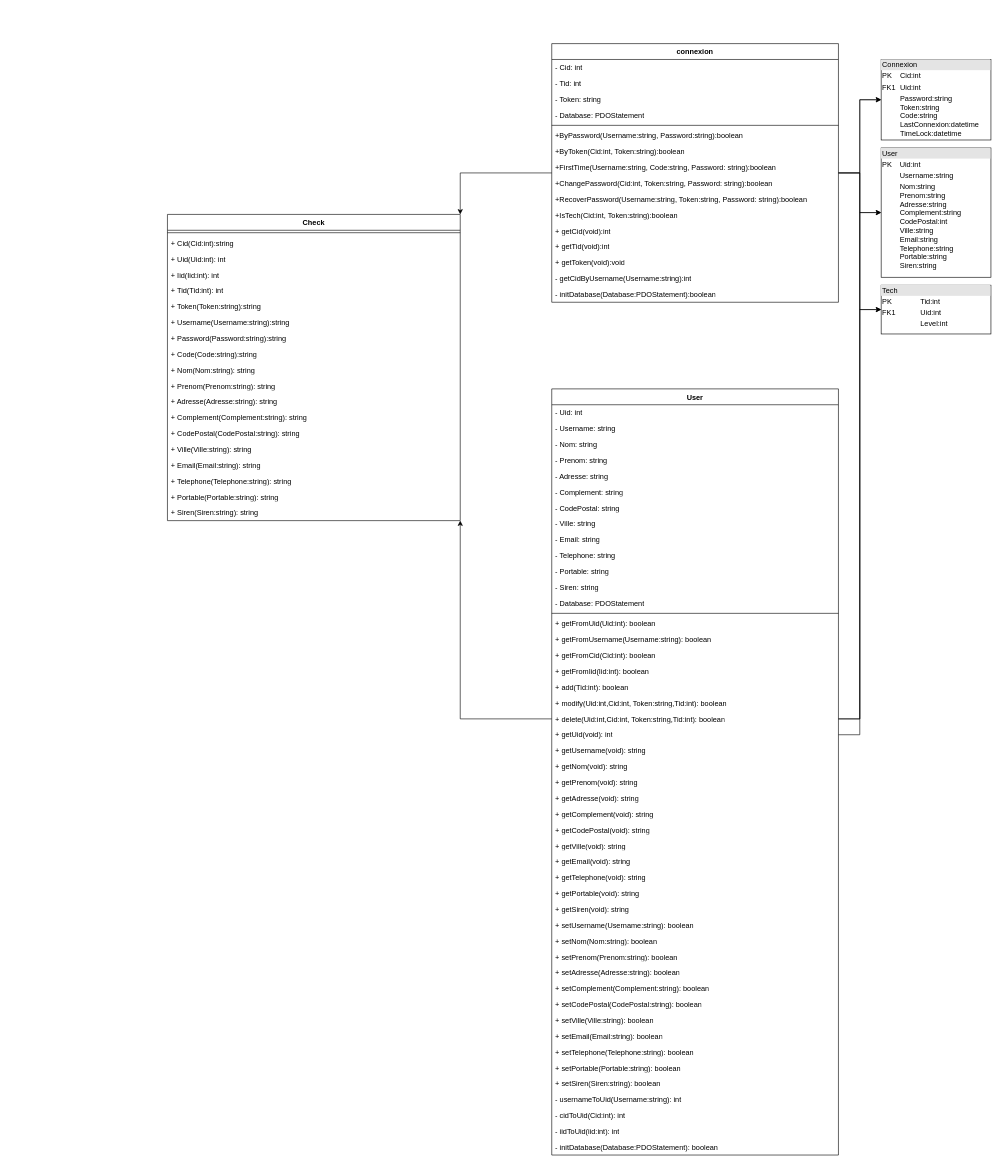
ROYJohan08/RJI-User.royjohan.fr keeps this draw.io diagram as Docs/Diagram/ClassDiagram.drawio. Above is the earlier version. Source tidied: cells renumbered, new cells numbered last; positions are measured from the earlier drawing's top-left corner, leaving out a move shared by most shapes. Both pictures are drawn from the tidied source at 61%, with x=0, y=0 at pixel (167, 43).
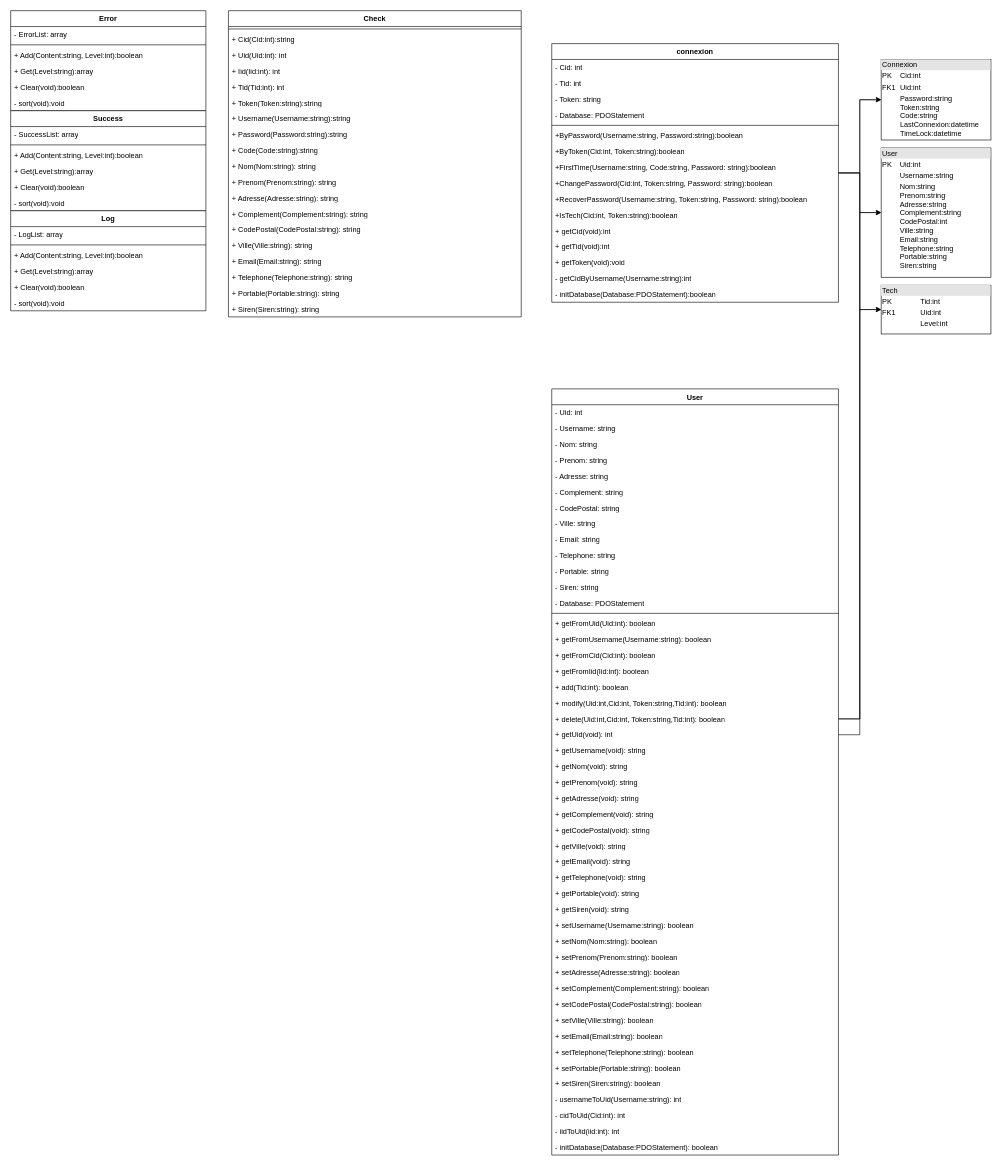
The same page after the edit.

Commit message:
Add Error, Success & Log class

The change refers to these unchanged cells:
```xml
<mxCell id="6" value="connexion" style="swimlane;fontStyle=1;align=center;verticalAlign=top;horizontal=1;startSize=26;whiteSpace=wrap;html=1;" parent="1" vertex="1">
  <mxGeometry x="630" width="470" height="424" as="geometry" />
</mxCell>
<mxCell id="47" value="+ delete(Uid:int,Cid:int, Token:string,Tid:int): boolean" style="text;strokeColor=none;fillColor=none;align=left;verticalAlign=top;spacingLeft=4;spacingRight=4;overflow=hidden;points=[[0,0.5],[1,0.5]];portConstraint=eastwest;whiteSpace=wrap;html=1;" parent="26" vertex="1">
  <mxGeometry y="528" width="470" height="26" as="geometry" />
</mxCell>
```

Diff of the diagram source:
```diff
@@
-    <mxCell id="5" style="edgeStyle=orthogonalEdgeStyle;rounded=0;jettySize=auto;html=1;entryX=1;entryY=0;entryDx=0;entryDy=0;" parent="1" edge="1" source="6" target="75">
-      <mxGeometry relative="1" as="geometry" />
-    </mxCell>
@@
     <mxCell id="75" value="Check" style="swimlane;fontStyle=1;align=center;verticalAlign=top;horizontal=1;startSize=26;whiteSpace=wrap;html=1;" parent="1" vertex="1">
-      <mxGeometry y="280" width="480" height="502" as="geometry" />
+      <mxGeometry x="100" y="-54" width="480" height="502" as="geometry" />
     </mxCell>
@@
-    <mxCell id="95" style="edgeStyle=orthogonalEdgeStyle;rounded=0;jettySize=auto;html=1;entryX=1;entryY=1;entryDx=0;entryDy=0;" parent="1" edge="1" source="47" target="75">
-      <mxGeometry relative="1" as="geometry" />
-    </mxCell>
@@
+    <mxCell id="99" value="Error" style="swimlane;fontStyle=1;align=center;verticalAlign=top;horizontal=1;startSize=26;whiteSpace=wrap;html=1;" parent="1" vertex="1">
+      <mxGeometry x="-257" y="-54" width="320" height="164" as="geometry" />
+    </mxCell>
+    <mxCell id="100" value="- ErrorList: array" style="text;strokeColor=none;fillColor=none;align=left;verticalAlign=top;spacingLeft=4;spacingRight=4;overflow=hidden;whiteSpace=wrap;html=1;" parent="99" vertex="1">
+      <mxGeometry y="26" width="320" height="26" as="geometry" />
+    </mxCell>
+    <mxCell id="101" style="line;strokeWidth=1;fillColor=none;align=left;verticalAlign=middle;spacingTop=-1;spacingLeft=3;spacingRight=3;labelPosition=right;strokeColor=inherit;" parent="99" vertex="1">
+      <mxGeometry y="52" width="320" height="8" as="geometry" />
+    </mxCell>
+    <mxCell id="102" value="&lt;div&gt;+ Add(Content:string, Level:int):boolean&lt;/div&gt;" style="text;strokeColor=none;fillColor=none;align=left;verticalAlign=top;spacingLeft=4;spacingRight=4;overflow=hidden;whiteSpace=wrap;html=1;" parent="99" vertex="1">
+      <mxGeometry y="60" width="320" height="26" as="geometry" />
+    </mxCell>
+    <mxCell id="103" value="&lt;div&gt;+ Get(Level:string):array&lt;/div&gt;" style="text;strokeColor=none;fillColor=none;align=left;verticalAlign=top;spacingLeft=4;spacingRight=4;overflow=hidden;whiteSpace=wrap;html=1;" parent="99" vertex="1">
+      <mxGeometry y="86" width="320" height="26" as="geometry" />
+    </mxCell>
+    <mxCell id="104" value="&lt;div&gt;+ Clear(void):boolean&lt;/div&gt;" style="text;strokeColor=none;fillColor=none;align=left;verticalAlign=top;spacingLeft=4;spacingRight=4;overflow=hidden;whiteSpace=wrap;html=1;" parent="99" vertex="1">
+      <mxGeometry y="112" width="320" height="26" as="geometry" />
+    </mxCell>
+    <mxCell id="105" value="&lt;div&gt;- sort(void):void&lt;/div&gt;" style="text;strokeColor=none;fillColor=none;align=left;verticalAlign=top;spacingLeft=4;spacingRight=4;overflow=hidden;whiteSpace=wrap;html=1;" parent="99" vertex="1">
+      <mxGeometry y="138" width="320" height="26" as="geometry" />
+    </mxCell>
+    <mxCell id="106" value="Success" style="swimlane;fontStyle=1;align=center;verticalAlign=top;horizontal=1;startSize=26;whiteSpace=wrap;html=1;" parent="1" vertex="1">
+      <mxGeometry x="-257" y="110" width="320" height="164" as="geometry" />
+    </mxCell>
+    <mxCell id="107" value="- SuccessList: array" style="text;strokeColor=none;fillColor=none;align=left;verticalAlign=top;spacingLeft=4;spacingRight=4;overflow=hidden;whiteSpace=wrap;html=1;" parent="106" vertex="1">
+      <mxGeometry y="26" width="320" height="26" as="geometry" />
+    </mxCell>
+    <mxCell id="108" style="line;strokeWidth=1;fillColor=none;align=left;verticalAlign=middle;spacingTop=-1;spacingLeft=3;spacingRight=3;labelPosition=right;strokeColor=inherit;" parent="106" vertex="1">
+      <mxGeometry y="52" width="320" height="8" as="geometry" />
+    </mxCell>
+    <mxCell id="109" value="&lt;div&gt;+ Add(Content:string, Level:int):boolean&lt;/div&gt;" style="text;strokeColor=none;fillColor=none;align=left;verticalAlign=top;spacingLeft=4;spacingRight=4;overflow=hidden;whiteSpace=wrap;html=1;" parent="106" vertex="1">
+      <mxGeometry y="60" width="320" height="26" as="geometry" />
+    </mxCell>
+    <mxCell id="110" value="&lt;div&gt;+ Get(Level:string):array&lt;/div&gt;" style="text;strokeColor=none;fillColor=none;align=left;verticalAlign=top;spacingLeft=4;spacingRight=4;overflow=hidden;whiteSpace=wrap;html=1;" parent="106" vertex="1">
+      <mxGeometry y="86" width="320" height="26" as="geometry" />
+    </mxCell>
+    <mxCell id="111" value="&lt;div&gt;+ Clear(void):boolean&lt;/div&gt;" style="text;strokeColor=none;fillColor=none;align=left;verticalAlign=top;spacingLeft=4;spacingRight=4;overflow=hidden;whiteSpace=wrap;html=1;" parent="106" vertex="1">
+      <mxGeometry y="112" width="320" height="26" as="geometry" />
+    </mxCell>
+    <mxCell id="112" value="&lt;div&gt;- sort(void):void&lt;/div&gt;" style="text;strokeColor=none;fillColor=none;align=left;verticalAlign=top;spacingLeft=4;spacingRight=4;overflow=hidden;whiteSpace=wrap;html=1;" parent="106" vertex="1">
+      <mxGeometry y="138" width="320" height="26" as="geometry" />
+    </mxCell>
+    <mxCell id="113" value="Log" style="swimlane;fontStyle=1;align=center;verticalAlign=top;horizontal=1;startSize=26;whiteSpace=wrap;html=1;" parent="1" vertex="1">
+      <mxGeometry x="-257" y="274" width="320" height="164" as="geometry" />
+    </mxCell>
+    <mxCell id="114" value="- LogList: array" style="text;strokeColor=none;fillColor=none;align=left;verticalAlign=top;spacingLeft=4;spacingRight=4;overflow=hidden;whiteSpace=wrap;html=1;" parent="113" vertex="1">
+      <mxGeometry y="26" width="320" height="26" as="geometry" />
+    </mxCell>
+    <mxCell id="115" style="line;strokeWidth=1;fillColor=none;align=left;verticalAlign=middle;spacingTop=-1;spacingLeft=3;spacingRight=3;labelPosition=right;strokeColor=inherit;" parent="113" vertex="1">
+      <mxGeometry y="52" width="320" height="8" as="geometry" />
+    </mxCell>
+    <mxCell id="116" value="&lt;div&gt;+ Add(Content:string, Level:int):boolean&lt;/div&gt;" style="text;strokeColor=none;fillColor=none;align=left;verticalAlign=top;spacingLeft=4;spacingRight=4;overflow=hidden;whiteSpace=wrap;html=1;" parent="113" vertex="1">
+      <mxGeometry y="60" width="320" height="26" as="geometry" />
+    </mxCell>
+    <mxCell id="117" value="&lt;div&gt;+ Get(Level:string):array&lt;/div&gt;" style="text;strokeColor=none;fillColor=none;align=left;verticalAlign=top;spacingLeft=4;spacingRight=4;overflow=hidden;whiteSpace=wrap;html=1;" parent="113" vertex="1">
+      <mxGeometry y="86" width="320" height="26" as="geometry" />
+    </mxCell>
+    <mxCell id="118" value="&lt;div&gt;+ Clear(void):boolean&lt;/div&gt;" style="text;strokeColor=none;fillColor=none;align=left;verticalAlign=top;spacingLeft=4;spacingRight=4;overflow=hidden;whiteSpace=wrap;html=1;" parent="113" vertex="1">
+      <mxGeometry y="112" width="320" height="26" as="geometry" />
+    </mxCell>
+    <mxCell id="119" value="&lt;div&gt;- sort(void):void&lt;/div&gt;" style="text;strokeColor=none;fillColor=none;align=left;verticalAlign=top;spacingLeft=4;spacingRight=4;overflow=hidden;whiteSpace=wrap;html=1;" parent="113" vertex="1">
+      <mxGeometry y="138" width="320" height="26" as="geometry" />
+    </mxCell>
```
